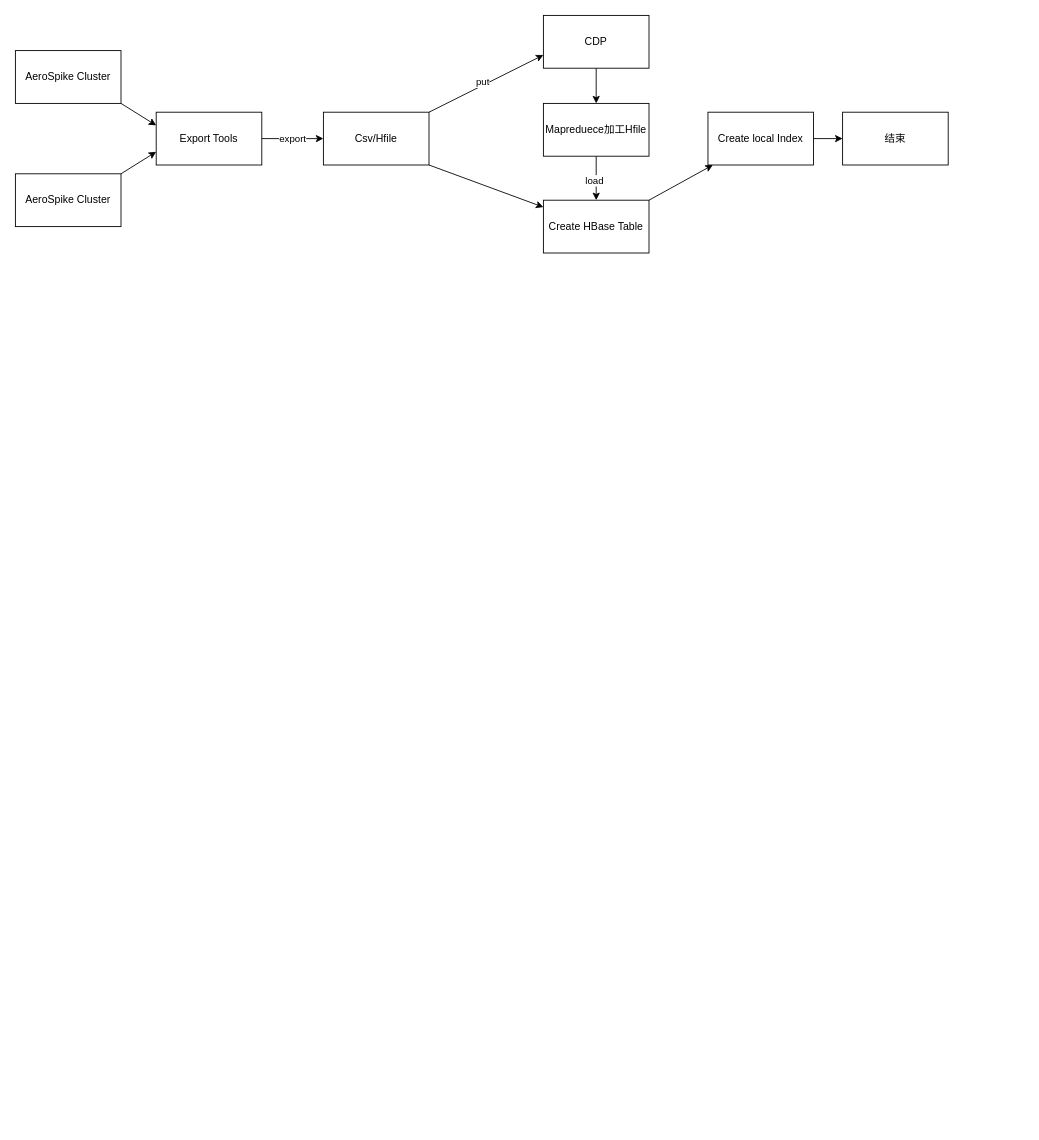
Earlier version of the draw.io diagram aerospike-to-hbase.drawio (fayson/cdh-autouninstall). Source tidied: cells renumbered, new cells numbered last; positions are measured from the earlier drawing's top-left corner, leaving out a move shared by most shapes. Both pictures are drawn from the tidied source at 88%, with x=0, y=0 at pixel (15, 15).
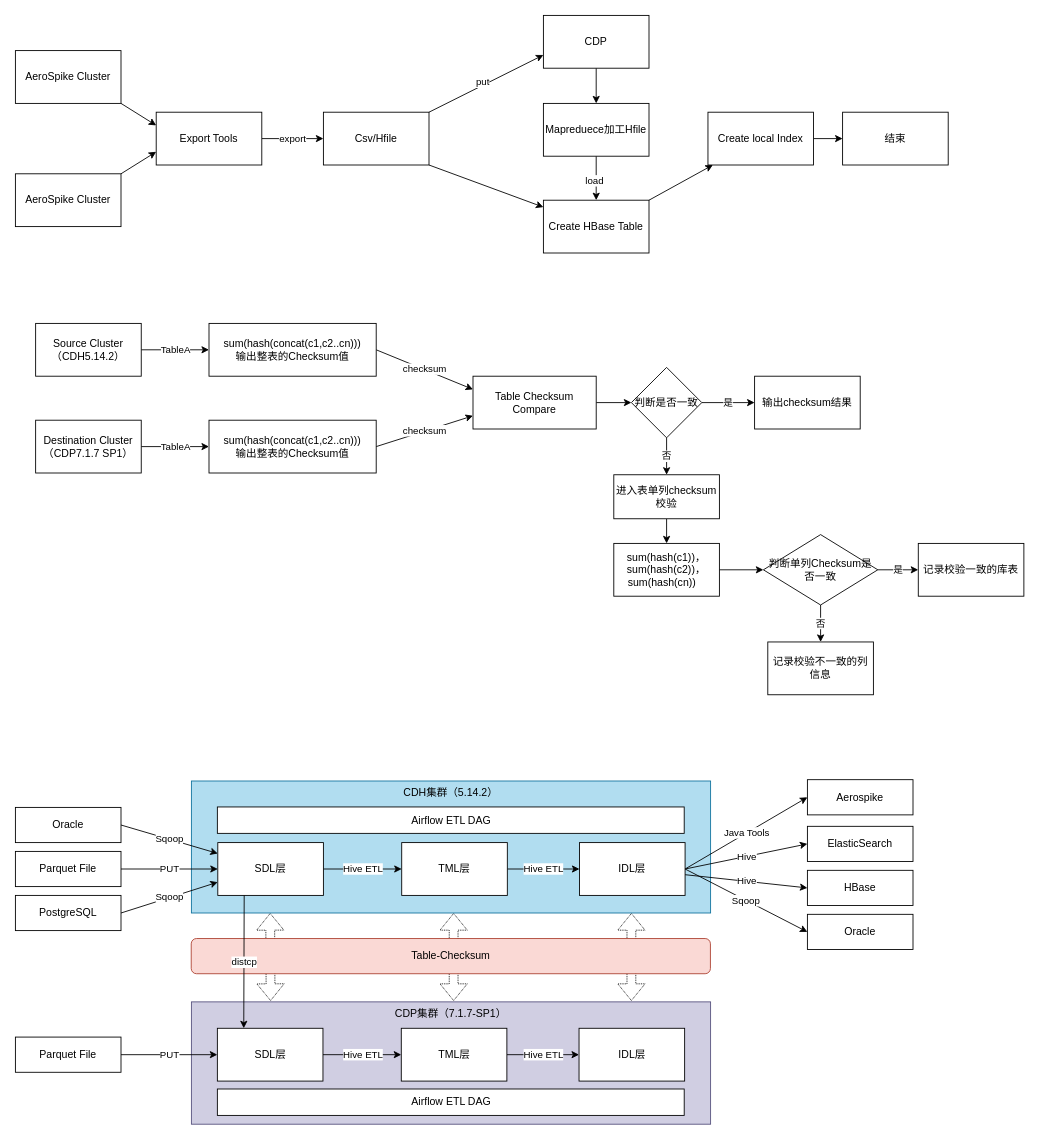
The same diagram, later.

Diff of the diagram source:
```diff
@@
+    <mxCell id="22" style="shape=flexArrow;endArrow=classic;startArrow=classic;html=1;rounded=0;dashed=1;dashPattern=1 1;" parent="1" edge="1">
+      <mxGeometry relative="1" as="geometry">
+        <mxPoint x="290" y="1120" as="sourcePoint" />
+        <mxPoint x="289.5" y="1020" as="targetPoint" />
+      </mxGeometry>
+    </mxCell>
+    <mxCell id="23" style="shape=flexArrow;endArrow=classic;startArrow=classic;html=1;rounded=0;dashed=1;dashPattern=1 1;" parent="1" edge="1">
+      <mxGeometry relative="1" as="geometry">
+        <mxPoint x="700" y="1120" as="sourcePoint" />
+        <mxPoint x="700" y="1020" as="targetPoint" />
+      </mxGeometry>
+    </mxCell>
+    <mxCell id="24" style="shape=flexArrow;endArrow=classic;startArrow=classic;html=1;rounded=0;dashed=1;dashPattern=1 1;" parent="1" edge="1">
+      <mxGeometry relative="1" as="geometry">
+        <mxPoint x="498" y="1120" as="sourcePoint" />
+        <mxPoint x="498" y="1020" as="targetPoint" />
+      </mxGeometry>
+    </mxCell>
+    <mxCell id="25" value="Table-Checksum" style="rounded=1;whiteSpace=wrap;html=1;shadow=0;fillColor=#fad9d5;strokeColor=#ae4132;align=center;" parent="1" vertex="1">
+      <mxGeometry x="199.8" y="1049" width="590" height="40" as="geometry" />
+    </mxCell>
+    <mxCell id="26" value="CDH集群（5.14.2）" style="rounded=0;whiteSpace=wrap;html=1;shadow=0;fillColor=#b1ddf0;strokeColor=#10739e;verticalAlign=top;" parent="1" vertex="1">
+      <mxGeometry x="200" y="870" width="590" height="150" as="geometry" />
+    </mxCell>
@@
+    <mxCell id="27" value="TableA" style="edgeStyle=none;rounded=0;jettySize=auto;html=1;" parent="1" edge="1" source="28" target="32">
+      <mxGeometry relative="1" as="geometry" />
+    </mxCell>
+    <mxCell id="28" value="Source Cluster&lt;br&gt;（CDH5.14.2）" style="rounded=0;whiteSpace=wrap;html=1;" parent="1" vertex="1">
+      <mxGeometry x="23" y="350" width="120" height="60" as="geometry" />
+    </mxCell>
+    <mxCell id="29" value="TableA" style="edgeStyle=none;rounded=0;jettySize=auto;html=1;" parent="1" edge="1" source="30" target="34">
+      <mxGeometry relative="1" as="geometry" />
+    </mxCell>
+    <mxCell id="30" value="Destination Cluster&lt;br&gt;（CDP7.1.7 SP1）" style="rounded=0;whiteSpace=wrap;html=1;" parent="1" vertex="1">
+      <mxGeometry x="23" y="460" width="120" height="60" as="geometry" />
+    </mxCell>
+    <mxCell id="31" value="checksum" style="edgeStyle=none;rounded=0;jettySize=auto;html=1;exitX=1;exitY=0.5;exitDx=0;exitDy=0;entryX=0;entryY=0.25;entryDx=0;entryDy=0;" parent="1" edge="1" source="32" target="36">
+      <mxGeometry relative="1" as="geometry" />
+    </mxCell>
+    <mxCell id="32" value="sum(hash(concat(c1,c2..cn)))&lt;br&gt;输出整表的Checksum值" style="rounded=0;whiteSpace=wrap;html=1;" parent="1" vertex="1">
+      <mxGeometry x="220" y="350" width="190" height="60" as="geometry" />
+    </mxCell>
+    <mxCell id="33" value="checksum" style="edgeStyle=none;rounded=0;jettySize=auto;html=1;entryX=0;entryY=0.75;entryDx=0;entryDy=0;exitX=1;exitY=0.5;exitDx=0;exitDy=0;" parent="1" edge="1" source="34" target="36">
+      <mxGeometry relative="1" as="geometry" />
+    </mxCell>
+    <mxCell id="34" value="sum(hash(concat(c1,c2..cn)))&lt;br&gt;输出整表的Checksum值" style="rounded=0;whiteSpace=wrap;html=1;" parent="1" vertex="1">
+      <mxGeometry x="220" y="460" width="190" height="60" as="geometry" />
+    </mxCell>
+    <mxCell id="35" style="edgeStyle=none;rounded=0;jettySize=auto;html=1;" parent="1" edge="1" source="36" target="39">
+      <mxGeometry relative="1" as="geometry" />
+    </mxCell>
+    <mxCell id="36" value="Table Checksum Compare" style="whiteSpace=wrap;html=1;rounded=0;" parent="1" vertex="1">
+      <mxGeometry x="520" y="410" width="140" height="60" as="geometry" />
+    </mxCell>
+    <mxCell id="37" value="是" style="edgeStyle=none;rounded=0;jettySize=auto;html=1;" parent="1" edge="1" source="39" target="40">
+      <mxGeometry relative="1" as="geometry" />
+    </mxCell>
+    <mxCell id="38" value="否" style="edgeStyle=none;rounded=0;jettySize=auto;html=1;" parent="1" edge="1" source="39" target="42">
+      <mxGeometry relative="1" as="geometry" />
+    </mxCell>
+    <mxCell id="39" value="判断是否一致" style="rhombus;whiteSpace=wrap;html=1;rounded=0;" parent="1" vertex="1">
+      <mxGeometry x="700" y="400" width="80" height="80" as="geometry" />
+    </mxCell>
+    <mxCell id="40" value="输出checksum结果" style="whiteSpace=wrap;html=1;rounded=0;" parent="1" vertex="1">
+      <mxGeometry x="840" y="410" width="120" height="60" as="geometry" />
+    </mxCell>
+    <mxCell id="41" style="edgeStyle=none;rounded=0;jettySize=auto;html=1;" parent="1" edge="1" source="42" target="44">
+      <mxGeometry relative="1" as="geometry" />
+    </mxCell>
+    <mxCell id="42" value="进入表单列checksum校验" style="whiteSpace=wrap;html=1;rounded=0;" parent="1" vertex="1">
+      <mxGeometry x="680" y="522" width="120" height="50" as="geometry" />
+    </mxCell>
+    <mxCell id="43" style="edgeStyle=none;rounded=0;jettySize=auto;html=1;" parent="1" edge="1" source="44" target="47">
+      <mxGeometry relative="1" as="geometry" />
+    </mxCell>
+    <mxCell id="44" value="sum(hash(c1))，sum(hash(c2))，sum(hash(cn))&amp;nbsp; &amp;nbsp;" style="whiteSpace=wrap;html=1;rounded=0;" parent="1" vertex="1">
+      <mxGeometry x="680" y="600" width="120" height="60" as="geometry" />
+    </mxCell>
+    <mxCell id="45" value="是" style="edgeStyle=none;rounded=0;jettySize=auto;html=1;" parent="1" edge="1" source="47" target="48">
+      <mxGeometry relative="1" as="geometry" />
+    </mxCell>
+    <mxCell id="46" value="否" style="edgeStyle=none;rounded=0;jettySize=auto;html=1;" parent="1" edge="1" source="47" target="49">
+      <mxGeometry relative="1" as="geometry" />
+    </mxCell>
+    <mxCell id="47" value="判断单列Checksum是否一致" style="rhombus;whiteSpace=wrap;html=1;rounded=0;" parent="1" vertex="1">
+      <mxGeometry x="850" y="590" width="130" height="80" as="geometry" />
+    </mxCell>
+    <mxCell id="48" value="记录校验一致的库表" style="whiteSpace=wrap;html=1;rounded=0;" parent="1" vertex="1">
+      <mxGeometry x="1026" y="600" width="120" height="60" as="geometry" />
+    </mxCell>
+    <mxCell id="49" value="记录校验不一致的列信息" style="whiteSpace=wrap;html=1;rounded=0;" parent="1" vertex="1">
+      <mxGeometry x="855" y="712" width="120" height="60" as="geometry" />
+    </mxCell>
+    <mxCell id="50" value="Sqoop" style="edgeStyle=none;rounded=0;jettySize=auto;html=1;exitX=1;exitY=0.5;exitDx=0;exitDy=0;" parent="1" edge="1" source="51" target="57">
+      <mxGeometry relative="1" as="geometry" />
+    </mxCell>
+    <mxCell id="51" value="Oracle" style="rounded=0;whiteSpace=wrap;html=1;" parent="1" vertex="1">
+      <mxGeometry y="900" width="120" height="40" as="geometry" />
+    </mxCell>
+    <mxCell id="52" value="PUT" style="edgeStyle=none;rounded=0;jettySize=auto;html=1;entryX=0;entryY=0.5;entryDx=0;entryDy=0;exitX=1;exitY=0.5;exitDx=0;exitDy=0;" parent="1" edge="1" source="53" target="57">
+      <mxGeometry relative="1" as="geometry" />
+    </mxCell>
+    <mxCell id="53" value="Parquet File" style="rounded=0;whiteSpace=wrap;html=1;" parent="1" vertex="1">
+      <mxGeometry y="950" width="120" height="40" as="geometry" />
+    </mxCell>
+    <mxCell id="54" value="Sqoop" style="edgeStyle=none;rounded=0;jettySize=auto;html=1;entryX=0;entryY=0.75;entryDx=0;entryDy=0;" parent="1" edge="1" target="57">
+      <mxGeometry relative="1" as="geometry">
+        <mxPoint x="120" y="1020" as="sourcePoint" />
+      </mxGeometry>
+    </mxCell>
+    <mxCell id="55" value="PostgreSQL" style="rounded=0;whiteSpace=wrap;html=1;" parent="1" vertex="1">
+      <mxGeometry y="1000" width="120" height="40" as="geometry" />
+    </mxCell>
+    <mxCell id="56" value="Hive ETL" style="edgeStyle=none;rounded=0;jettySize=auto;html=1;" parent="1" edge="1" source="57" target="59">
+      <mxGeometry relative="1" as="geometry" />
+    </mxCell>
+    <mxCell id="57" value="SDL层" style="rounded=0;whiteSpace=wrap;html=1;" parent="1" vertex="1">
+      <mxGeometry x="230" y="940" width="120" height="60" as="geometry" />
+    </mxCell>
+    <mxCell id="58" value="Hive ETL" style="edgeStyle=none;rounded=0;jettySize=auto;html=1;" parent="1" edge="1" source="59" target="64">
+      <mxGeometry relative="1" as="geometry" />
+    </mxCell>
+    <mxCell id="59" value="TML层" style="rounded=0;whiteSpace=wrap;html=1;" parent="1" vertex="1">
+      <mxGeometry x="439" y="940" width="120" height="60" as="geometry" />
+    </mxCell>
+    <mxCell id="60" value="Java Tools" style="edgeStyle=none;rounded=0;jettySize=auto;html=1;entryX=0;entryY=0.5;entryDx=0;entryDy=0;exitX=1;exitY=0.5;exitDx=0;exitDy=0;" parent="1" edge="1" source="64" target="67">
+      <mxGeometry relative="1" as="geometry" />
+    </mxCell>
+    <mxCell id="61" value="Hive" style="edgeStyle=none;rounded=0;jettySize=auto;html=1;entryX=0;entryY=0.5;entryDx=0;entryDy=0;exitX=1;exitY=0.5;exitDx=0;exitDy=0;" parent="1" edge="1" source="64" target="65">
+      <mxGeometry relative="1" as="geometry" />
+    </mxCell>
+    <mxCell id="62" value="Hive" style="edgeStyle=none;rounded=0;jettySize=auto;html=1;entryX=0;entryY=0.5;entryDx=0;entryDy=0;" parent="1" edge="1" source="64" target="66">
+      <mxGeometry relative="1" as="geometry" />
+    </mxCell>
+    <mxCell id="63" value="Sqoop" style="edgeStyle=none;rounded=0;jettySize=auto;html=1;entryX=0;entryY=0.5;entryDx=0;entryDy=0;exitX=1;exitY=0.5;exitDx=0;exitDy=0;" parent="1" edge="1" source="64" target="68">
+      <mxGeometry relative="1" as="geometry" />
+    </mxCell>
+    <mxCell id="64" value="IDL层" style="rounded=0;whiteSpace=wrap;html=1;" parent="1" vertex="1">
+      <mxGeometry x="641" y="940" width="120" height="60" as="geometry" />
+    </mxCell>
+    <mxCell id="65" value="ElasticSearch" style="rounded=0;whiteSpace=wrap;html=1;" parent="1" vertex="1">
+      <mxGeometry x="900" y="921.5" width="120" height="40" as="geometry" />
+    </mxCell>
+    <mxCell id="66" value="HBase" style="rounded=0;whiteSpace=wrap;html=1;" parent="1" vertex="1">
+      <mxGeometry x="900" y="971.5" width="120" height="40" as="geometry" />
+    </mxCell>
+    <mxCell id="67" value="Aerospike" style="rounded=0;whiteSpace=wrap;html=1;" parent="1" vertex="1">
+      <mxGeometry x="900" y="868.5" width="120" height="40" as="geometry" />
+    </mxCell>
+    <mxCell id="68" value="Oracle" style="rounded=0;whiteSpace=wrap;html=1;" parent="1" vertex="1">
+      <mxGeometry x="900" y="1021.5" width="120" height="40" as="geometry" />
+    </mxCell>
+    <mxCell id="69" value="CDP集群（7.1.7-SP1）" style="rounded=0;whiteSpace=wrap;html=1;shadow=0;fillColor=#d0cee2;strokeColor=#56517e;verticalAlign=top;" parent="1" vertex="1">
+      <mxGeometry x="200" y="1121" width="590" height="139" as="geometry" />
+    </mxCell>
+    <mxCell id="70" value="Hive ETL" style="edgeStyle=none;rounded=0;jettySize=auto;html=1;exitX=1;exitY=0.5;exitDx=0;exitDy=0;entryX=0;entryY=0.5;entryDx=0;entryDy=0;" parent="1" edge="1" source="71" target="73">
+      <mxGeometry relative="1" as="geometry" />
+    </mxCell>
+    <mxCell id="71" value="SDL层" style="rounded=0;whiteSpace=wrap;html=1;" parent="1" vertex="1">
+      <mxGeometry x="229.5" y="1151" width="120" height="60" as="geometry" />
+    </mxCell>
+    <mxCell id="72" value="Hive ETL" style="edgeStyle=none;rounded=0;jettySize=auto;html=1;entryX=0;entryY=0.5;entryDx=0;entryDy=0;exitX=1;exitY=0.5;exitDx=0;exitDy=0;" parent="1" edge="1" source="73" target="74">
+      <mxGeometry relative="1" as="geometry" />
+    </mxCell>
+    <mxCell id="73" value="TML层" style="rounded=0;whiteSpace=wrap;html=1;" parent="1" vertex="1">
+      <mxGeometry x="438.5" y="1151" width="120" height="60" as="geometry" />
+    </mxCell>
+    <mxCell id="74" value="IDL层" style="rounded=0;whiteSpace=wrap;html=1;" parent="1" vertex="1">
+      <mxGeometry x="640.5" y="1151" width="120" height="60" as="geometry" />
+    </mxCell>
+    <mxCell id="75" value="distcp" style="edgeStyle=none;rounded=0;jettySize=auto;html=1;entryX=0.25;entryY=0;entryDx=0;entryDy=0;" parent="1" edge="1" target="71">
+      <mxGeometry relative="1" as="geometry">
+        <mxPoint x="260" y="1000" as="sourcePoint" />
+      </mxGeometry>
+    </mxCell>
+    <mxCell id="76" value="PUT" style="edgeStyle=none;rounded=0;jettySize=auto;html=1;entryX=0;entryY=0.5;entryDx=0;entryDy=0;" parent="1" edge="1" source="77" target="71">
+      <mxGeometry relative="1" as="geometry" />
+    </mxCell>
+    <mxCell id="77" value="Parquet File" style="rounded=0;whiteSpace=wrap;html=1;" parent="1" vertex="1">
+      <mxGeometry y="1161" width="120" height="40" as="geometry" />
+    </mxCell>
+    <mxCell id="78" value="Airflow ETL DAG" style="rounded=0;whiteSpace=wrap;html=1;shadow=0;" parent="1" vertex="1">
+      <mxGeometry x="229.5" y="899.5" width="530.5" height="30" as="geometry" />
+    </mxCell>
+    <mxCell id="79" value="Airflow ETL DAG" style="rounded=0;whiteSpace=wrap;html=1;shadow=0;" parent="1" vertex="1">
+      <mxGeometry x="229.5" y="1220" width="530.5" height="30" as="geometry" />
+    </mxCell>
```
